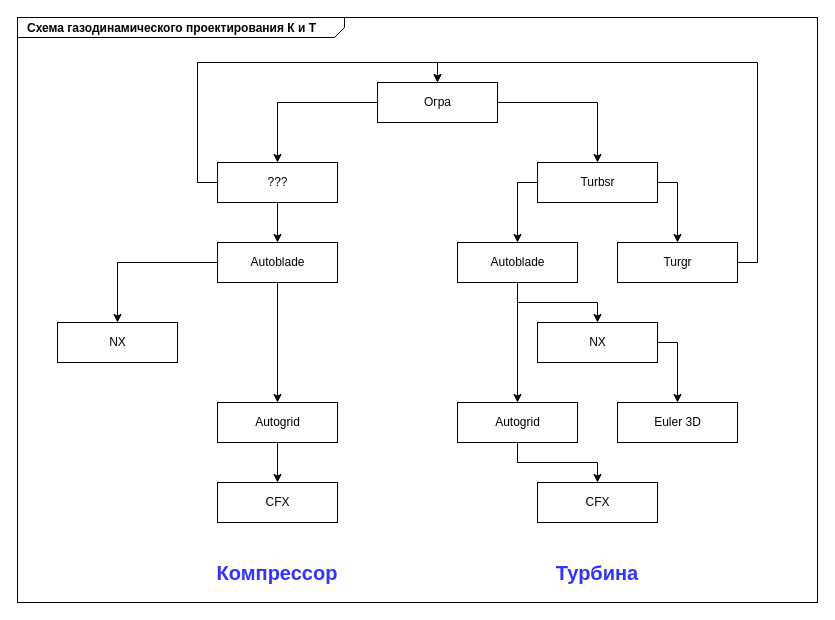
Above: Gasdyn.drawio in AleksTikhonov/CML-Bench-API (draw.io), before the change. Source tidied: cells renumbered, new cells numbered last; positions are measured from the earlier drawing's top-left corner, leaving out a move shared by most shapes. Both pictures are drawn from the tidied source at 100%, with x=0, y=0 at pixel (17, 17).
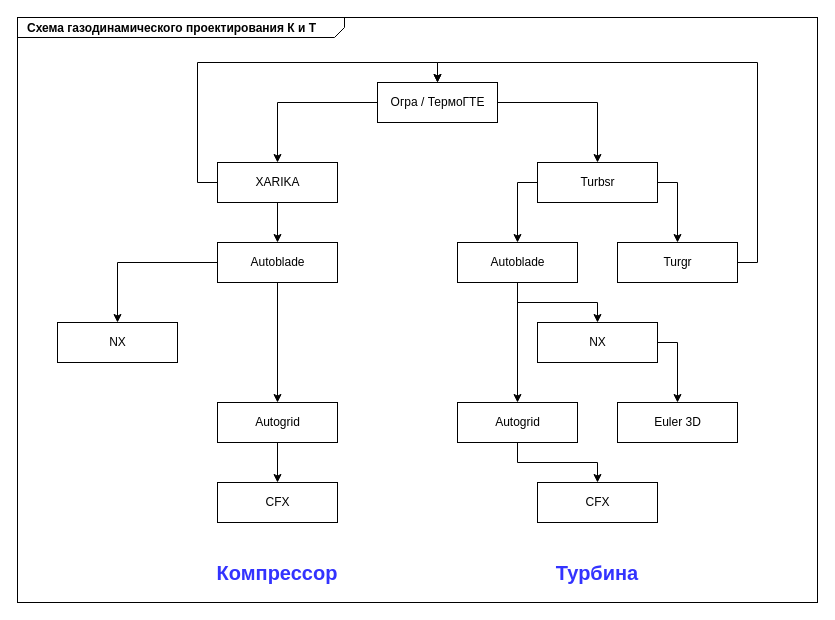
After the change.

Change to the diagram source:
```diff
@@
-    <mxCell id="5" value="Огра" style="html=1;" parent="1" vertex="1">
+    <mxCell id="5" value="Огра / ТермоГТЕ" style="html=1;" parent="1" vertex="1">
       <mxGeometry x="360" y="65" width="120" height="40" as="geometry" />
     </mxCell>
@@
-    <mxCell id="22" value="???" style="html=1;" parent="1" vertex="1">
+    <mxCell id="22" value="XARIKA" style="html=1;" parent="1" vertex="1">
       <mxGeometry x="200" y="145" width="120" height="40" as="geometry" />
     </mxCell>
```
